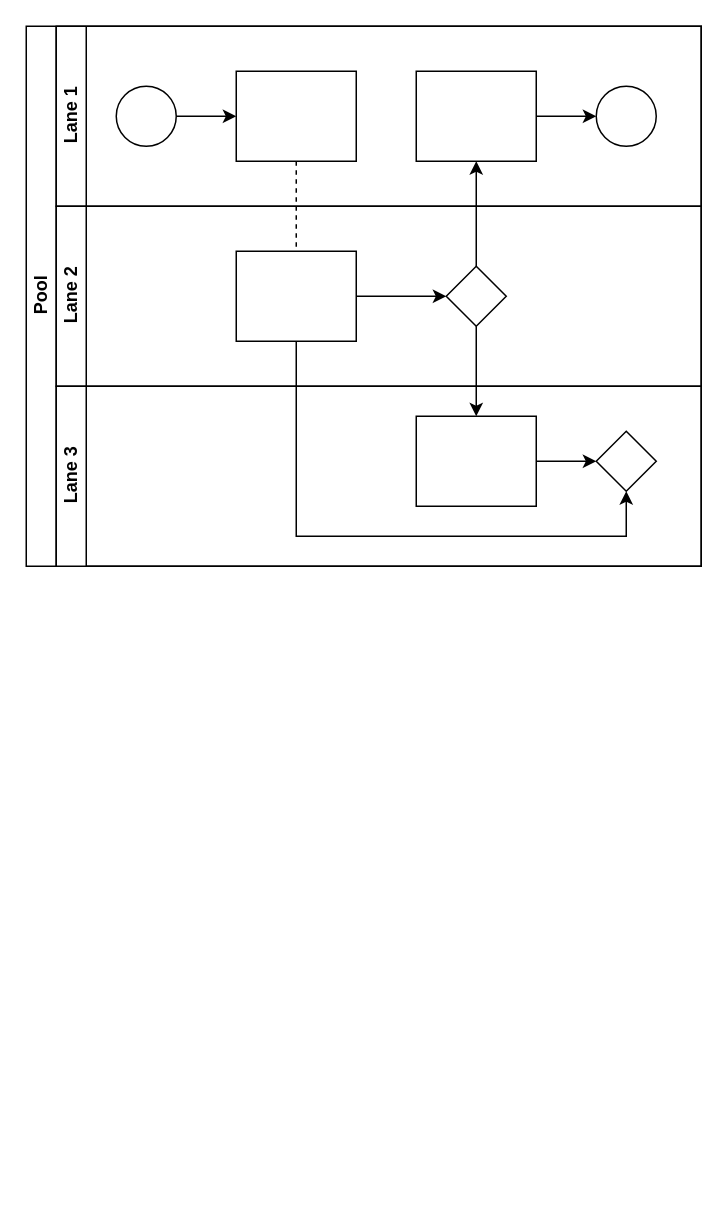
Earlier version of the draw.io diagram APC.drawio (yangbe/diagrams). Source tidied: cells renumbered, new cells numbered last; positions are measured from the earlier drawing's top-left corner, leaving out a move shared by most shapes. Both pictures are drawn from the tidied source at 150%, with x=0, y=0 at pixel (26, 26).
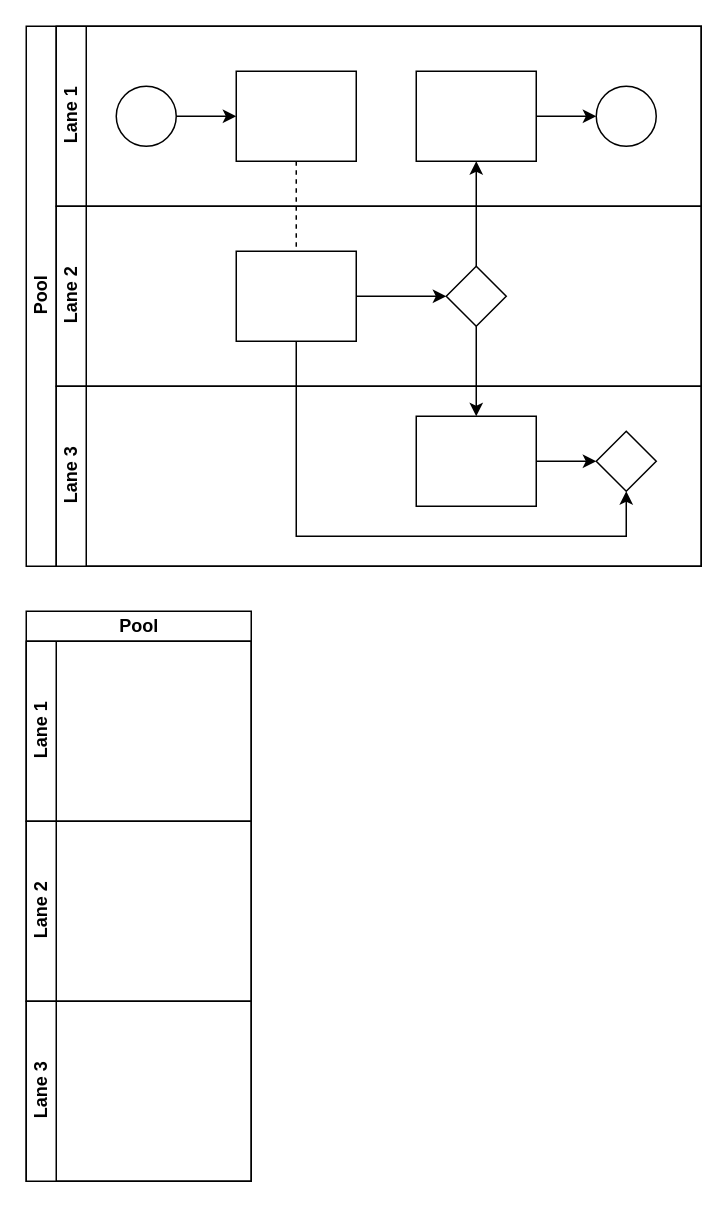
After the change.

Diff of the diagram source:
```diff
@@
+    <mxCell id="22" value="Pool" style="swimlane;horizontal=1;startSize=20;html=1;" parent="1" vertex="1">
+      <mxGeometry y="390" width="150" height="380" as="geometry" />
+    </mxCell>
+    <mxCell id="23" value="Lane 1" style="swimlane;startSize=20;horizontal=0;html=1;" parent="22" vertex="1">
+      <mxGeometry y="20" width="150" height="120" as="geometry" />
+    </mxCell>
+    <mxCell id="24" value="Lane 2" style="swimlane;startSize=20;horizontal=0;html=1;" parent="22" vertex="1">
+      <mxGeometry y="140" width="150" height="120" as="geometry" />
+    </mxCell>
+    <mxCell id="25" value="Lane 3" style="swimlane;startSize=20;horizontal=0;html=1;" parent="22" vertex="1">
+      <mxGeometry y="260" width="150" height="120" as="geometry" />
+    </mxCell>
```
